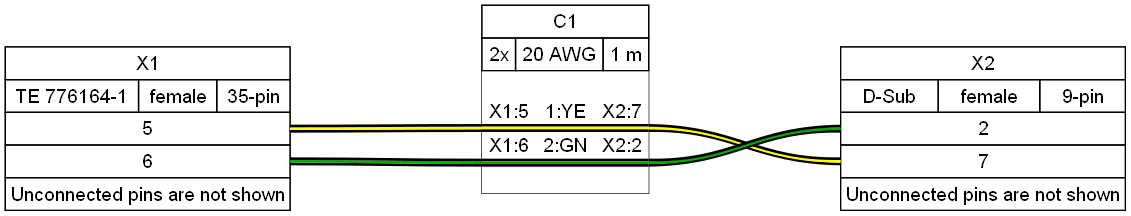
This is examples/ex07.png from wireviz/WireViz, a Graphviz export, as it was before one commit. Its source is kept beside it as examples/ex07.gv. Its diagram source:
```dot
graph {
	graph [bgcolor="#FFFFFF" fontname=arial nodesep=0.33 rankdir=LR ranksep=2]
	node [fillcolor="#FFFFFF" fontname=arial height=0 margin=0 shape=none style=filled width=0]
	edge [fontname=arial style=bold]
	X1 [label=<
<table border="0" cellspacing="0" cellpadding="0" bgcolor="#FFFFFF">
 <tr>
  <td>
   <table border="0" cellborder="1" cellpadding="3" cellspacing="0">
    <tr>
     <td>X1</td>
    </tr>
   </table>
  </td>
 </tr>
 <tr>
  <td>
   <table border="0" cellborder="1" cellpadding="3" cellspacing="0">
    <tr>
     <td>TE 776164-1</td>
     <td>female</td>
     <td>35-pin</td>
    </tr>
   </table>
  </td>
 </tr>
 <tr>
  <td>
   <table border="0" cellborder="1" cellpadding="3" cellspacing="0">
    <tr>

     []
     <td port="p5r">5</td>
    </tr>
    <tr>

     []
     <td port="p6r">6</td>
    </tr>
   </table>
  </td>
 </tr>
 <tr>
  <td>
   <table border="0" cellborder="1" cellpadding="3" cellspacing="0">
    <tr>
     <td balign="left">Unconnected pins are not shown</td>
    </tr>
   </table>
  </td>
 </tr>
</table>
> shape=box style=filled]
	X2 [label=<
<table border="0" cellspacing="0" cellpadding="0" bgcolor="#FFFFFF">
 <tr>
  <td>
   <table border="0" cellborder="1" cellpadding="3" cellspacing="0">
    <tr>
     <td>X2</td>
    </tr>
   </table>
  </td>
 </tr>
 <tr>
  <td>
   <table border="0" cellborder="1" cellpadding="3" cellspacing="0">
    <tr>
     <td>D-Sub</td>
     <td>female</td>
     <td>9-pin</td>
    </tr>
   </table>
  </td>
 </tr>
 <tr>
  <td>
   <table border="0" cellborder="1" cellpadding="3" cellspacing="0">
    <tr>
     <td port="p2l">2</td>

     []
    </tr>
    <tr>
     <td port="p7l">7</td>

     []
    </tr>
   </table>
  </td>
 </tr>
 <tr>
  <td>
   <table border="0" cellborder="1" cellpadding="3" cellspacing="0">
    <tr>
     <td balign="left">Unconnected pins are not shown</td>
    </tr>
   </table>
  </td>
 </tr>
</table>
> shape=box style=filled]
	C1 [label=<
<table border="0" cellspacing="0" cellpadding="0" bgcolor="#FFFFFF">
 <tr>
  <td>
   <table border="0" cellborder="1" cellpadding="3" cellspacing="0">
    <tr>
     <td>C1</td>
    </tr>
   </table>
  </td>
 </tr>
 <tr>
  <td>
   <table border="0" cellborder="1" cellpadding="3" cellspacing="0">
    <tr>
     <td>2x</td>
     <td>20 AWG</td>
     <td>1 m</td>
    </tr>
   </table>
  </td>
 </tr>
 <tr>
  <td>
   <table border="0" cellborder="0" cellspacing="0">
    <tr>
     <td>&nbsp;</td>
    </tr>
    <tr>
     <td align="left"> X1:5</td>
     <td> </td>
     <td>1:YE</td>
     <td> </td>
     <td align="right">X2:7 </td>
    </tr>
    <tr>
     <td border="0" cellspacing="0" cellpadding="0" colspan="5" height="6" port="w1">
      <table border="0" cellborder="0" cellspacing="0">
       <tr>
        <td bgcolor="#FFFFFF" border="0" cellpadding="0" colspan="5" height="2"></td>
       </tr>
       <tr>
        <td bgcolor="#FFFFFF" border="0" cellpadding="0" colspan="5" height="2"></td>
       </tr>
       <tr>
        <td bgcolor="#FFFFFF" border="0" cellpadding="0" colspan="5" height="2"></td>
       </tr>
      </table>
     </td>
    </tr>
    <tr>
     <td align="left"> X1:6</td>
     <td> </td>
     <td>2:GN</td>
     <td> </td>
     <td align="right">X2:2 </td>
    </tr>
    <tr>
     <td border="0" cellspacing="0" cellpadding="0" colspan="5" height="6" port="w2">
      <table border="0" cellborder="0" cellspacing="0">
       <tr>
        <td bgcolor="#FFFFFF" border="0" cellpadding="0" colspan="5" height="2"></td>
       </tr>
       <tr>
        <td bgcolor="#FFFFFF" border="0" cellpadding="0" colspan="5" height="2"></td>
       </tr>
       <tr>
        <td bgcolor="#FFFFFF" border="0" cellpadding="0" colspan="5" height="2"></td>
       </tr>
      </table>
     </td>
    </tr>
    <tr>
     <td>&nbsp;</td>
    </tr>
   </table>
  </td>
 </tr>
</table>
> shape=box style=filled]
	edge [color="#000000:#FFFF00:#000000"]
	X1:p5r:e -- C1:w1:w
	C1:w1:e -- X2:p7l:w
	edge [color="#000000:#00AA00:#000000"]
	X1:p6r:e -- C1:w2:w
	C1:w2:e -- X2:p2l:w
	C1:w1:e -- C1:w1:w [color="#000000:#FFFF00:#000000" straight=straight]
	C1:w2:e -- C1:w2:w [color="#000000:#00AA00:#000000" straight=straight]
}
```
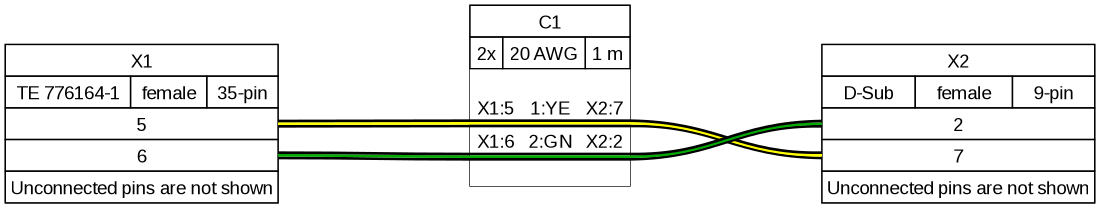
The same file after the commit.

Diff of the diagram source:
```diff
@@ -29,12 +29,10 @@
    <table border="0" cellborder="1" cellpadding="3" cellspacing="0">
     <tr>
 
-     []
      <td port="p5r">5</td>
     </tr>
     <tr>
 
-     []
      <td port="p6r">6</td>
     </tr>
    </table>
@@ -79,12 +77,10 @@
     <tr>
      <td port="p2l">2</td>
 
-     []
     </tr>
     <tr>
      <td port="p7l">7</td>
 
-     []
     </tr>
    </table>
   </td>
@@ -136,19 +132,7 @@
      <td align="right">X2:7 </td>
     </tr>
     <tr>
-     <td border="0" cellspacing="0" cellpadding="0" colspan="5" height="6" port="w1">
-      <table border="0" cellborder="0" cellspacing="0">
-       <tr>
-        <td bgcolor="#FFFFFF" border="0" cellpadding="0" colspan="5" height="2"></td>
-       </tr>
-       <tr>
-        <td bgcolor="#FFFFFF" border="0" cellpadding="0" colspan="5" height="2"></td>
-       </tr>
-       <tr>
-        <td bgcolor="#FFFFFF" border="0" cellpadding="0" colspan="5" height="2"></td>
-       </tr>
-      </table>
-     </td>
+     <td border="0" cellspacing="0" cellpadding="0" colspan="5" height="6" port="w1"></td>
     </tr>
     <tr>
      <td align="left"> X1:6</td>
@@ -158,19 +142,7 @@
      <td align="right">X2:2 </td>
     </tr>
     <tr>
-     <td border="0" cellspacing="0" cellpadding="0" colspan="5" height="6" port="w2">
-      <table border="0" cellborder="0" cellspacing="0">
-       <tr>
-        <td bgcolor="#FFFFFF" border="0" cellpadding="0" colspan="5" height="2"></td>
-       </tr>
-       <tr>
-        <td bgcolor="#FFFFFF" border="0" cellpadding="0" colspan="5" height="2"></td>
-       </tr>
-       <tr>
-        <td bgcolor="#FFFFFF" border="0" cellpadding="0" colspan="5" height="2"></td>
-       </tr>
-      </table>
-     </td>
+     <td border="0" cellspacing="0" cellpadding="0" colspan="5" height="6" port="w2"></td>
     </tr>
     <tr>
      <td>&nbsp;</td>
```
